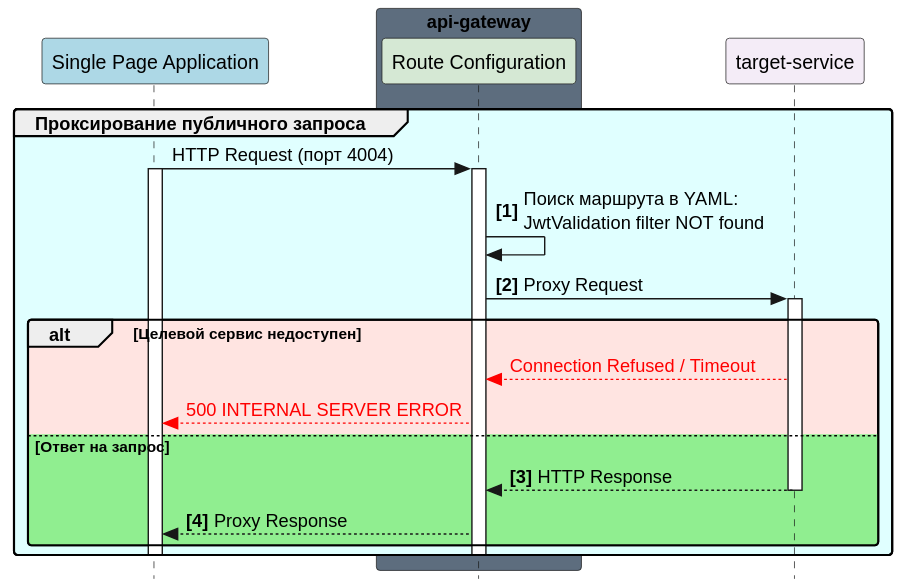
ni1a207/Healthcare-System keeps this PlantUML diagram as Docs/As-is/Diagrams/APIGateway.routing.svg. Above is the earlier version. The source it was exported from:
```plantuml
@startuml
skinparam Shadowing true
skinparam RoundCorner 5
skinparam MaxMessageSize 250
skinparam Style strictuml

participant "Single Page Application" as SPA #LightBlue

box "api-gateway" #5D6D7E
    participant "Route Configuration" as RC #D5E8D4
end box

participant "target-service" as TS #F4ECF7

autonumber "<b>[0]</b>"
autonumber stop

group #LightCyan Проксирование публичного запроса
    SPA -> RC: HTTP Request (порт 4004)
    activate SPA
    activate RC

autonumber resume
    RC -> RC: Поиск маршрута в YAML:\nJwtValidation filter NOT found

    RC -> TS: Proxy Request
    activate TS

autonumber stop
    alt #MistyRose Целевой сервис недоступен
        TS --[#red]> RC: <color:#red>Connection Refused / Timeout </color>
        RC  --[#red]> SPA: <color:#red>500 INTERNAL SERVER ERROR</color>

    else #LightGreen Ответ на запрос
        autonumber resume
        TS --> RC: HTTP Response
        deactivate TS

        RC --> SPA: Proxy Response
    end

    deactivate RC
    deactivate SPA
end
@enduml
```
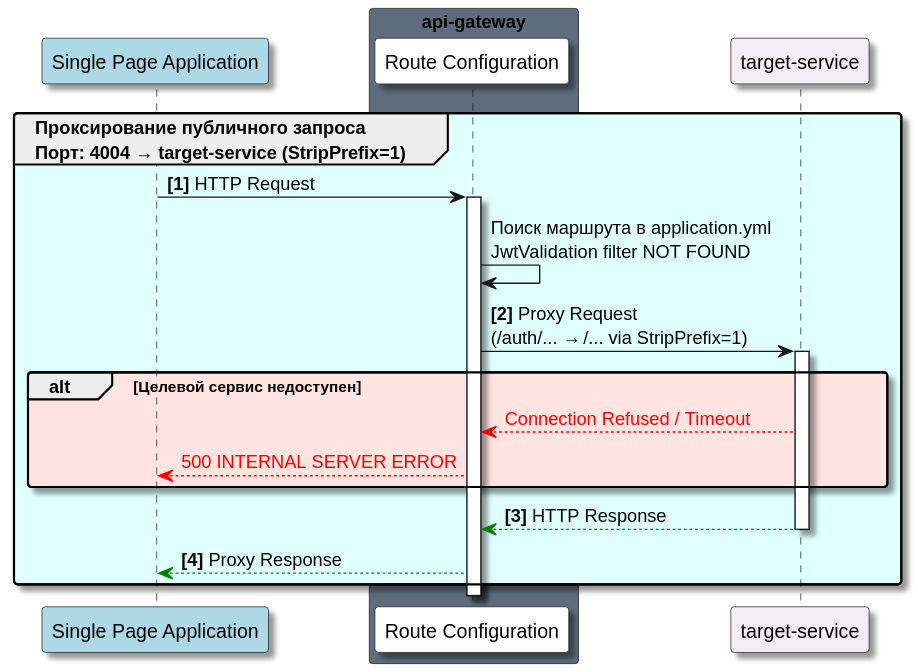
The same diagram one commit later.

The edit, as a diff of the source:
```diff
@@ -2,44 +2,29 @@
 skinparam Shadowing true
 skinparam RoundCorner 5
 skinparam MaxMessageSize 250
-skinparam Style strictuml
 
 participant "Single Page Application" as SPA #LightBlue
 
 box "api-gateway" #5D6D7E
-    participant "Route Configuration" as RC #D5E8D4
+    participant "Route Configuration" as RC #White
 end box
 
 participant "target-service" as TS #F4ECF7
 
-autonumber "<b>[0]</b>"
-autonumber stop
+group #LightCyan Проксирование публичного запроса\nПорт: 4004 → target-service (StripPrefix=1)
 
-group #LightCyan Проксирование публичного запроса
-    SPA -> RC: HTTP Request (порт 4004)
-    activate SPA
-    activate RC
+    SPA -> RC ++: **[1]** HTTP Request
+    RC -> RC: Поиск маршрута в application.yml\nJwtValidation filter NOT FOUND
 
-autonumber resume
-    RC -> RC: Поиск маршрута в YAML:\nJwtValidation filter NOT found
+    RC -> TS ++: **[2]** Proxy Request\n(/auth/... → /... via StripPrefix=1)
 
-    RC -> TS: Proxy Request
-    activate TS
-
-autonumber stop
     alt #MistyRose Целевой сервис недоступен
-        TS --[#red]> RC: <color:#red>Connection Refused / Timeout </color>
-        RC  --[#red]> SPA: <color:#red>500 INTERNAL SERVER ERROR</color>
-
-    else #LightGreen Ответ на запрос
-        autonumber resume
-        TS --> RC: HTTP Response
-        deactivate TS
-
-        RC --> SPA: Proxy Response
+        TS --[#red]> RC: <color:#red>Connection Refused / Timeout</color>
+        RC --[#red]> SPA: <color:#red>500 INTERNAL SERVER ERROR</color>
     end
 
-    deactivate RC
-    deactivate SPA
+    TS --[#green]> RC --: **[3]** HTTP Response
+    RC --[#green]> SPA: **[4]** Proxy Response
+
 end
 @enduml
```
